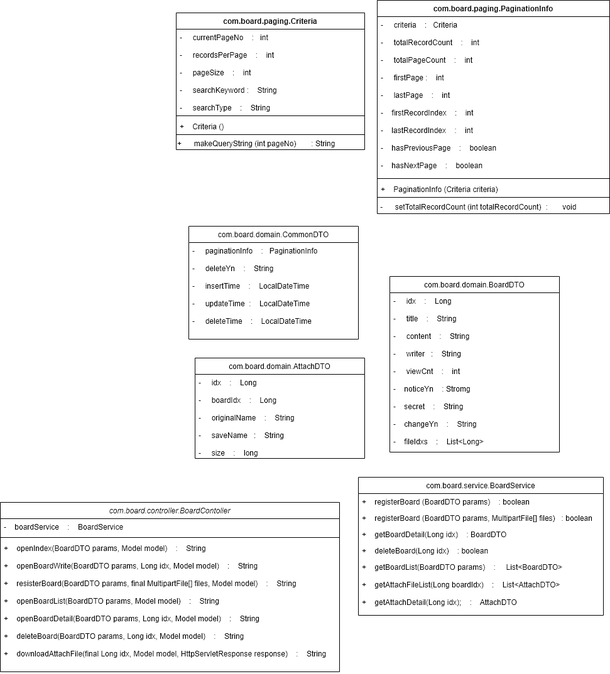
This is SBBT_Class_Diagram.png from SilicaDurumi/draw.io, a draw.io export, as it was before one commit. Source tidied: cells renumbered, new cells last; positions are measured from the earlier drawing's top-left corner, leaving out a move shared by most shapes.
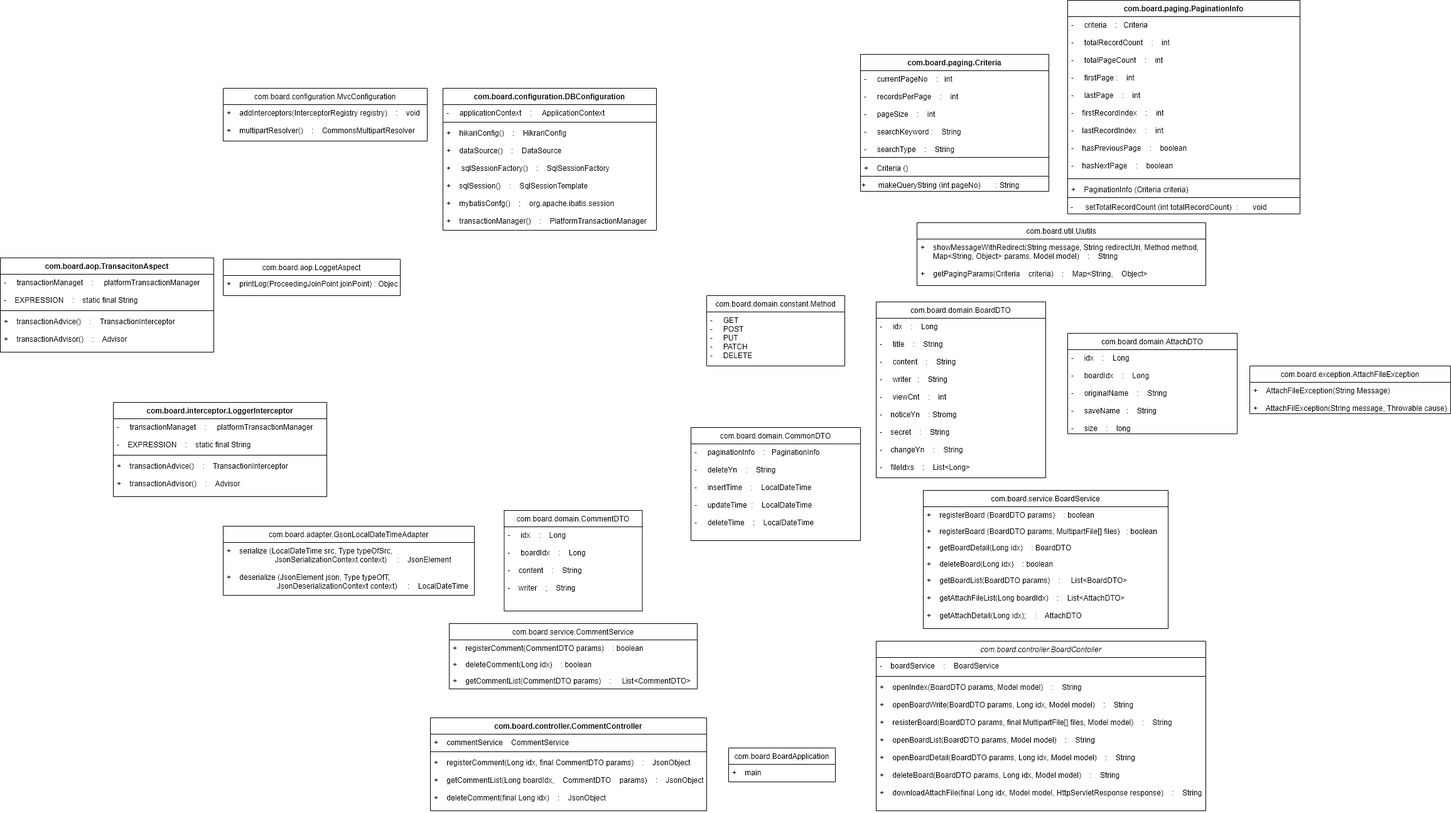
Above is the later version.

The edit, as a diff of the source:
```diff
@@ -3,25 +3,25 @@
     <mxCell id="0" />
     <mxCell id="1" parent="0" />
     <mxCell id="2" value="com.board.controller.BoardContoller" style="swimlane;fontStyle=2;align=center;verticalAlign=top;horizontal=1;startSize=26;rounded=0;shadow=0;strokeWidth=1;" parent="1" vertex="1">
-      <mxGeometry y="800" width="540" height="270" as="geometry" />
+      <mxGeometry x="325" y="990" width="525" height="270" as="geometry" />
     </mxCell>
     <mxCell id="3" value="-    boardService    :    BoardService" style="text;align=left;verticalAlign=top;spacingLeft=4;spacingRight=4;overflow=hidden;" parent="2" vertex="1">
-      <mxGeometry y="26" width="540" height="26" as="geometry" />
+      <mxGeometry y="26" width="525" height="26" as="geometry" />
     </mxCell>
     <mxCell id="4" style="line;html=1;strokeWidth=1;align=left;verticalAlign=middle;spacingTop=-1;spacingLeft=3;spacingRight=3;labelPosition=right;" parent="2" vertex="1">
-      <mxGeometry y="52" width="540" height="8" as="geometry" />
+      <mxGeometry y="52" width="525" height="8" as="geometry" />
     </mxCell>
     <mxCell id="5" value="+    openIndex(BoardDTO params, Model model)    :    String&#10;&#10;+    openBoardWrite(BoardDTO params, Long idx, Model model)    :    String&#10;&#10;+    resisterBoard(BoardDTO params, final MultipartFile[] files, Model model)    :    String&#10;&#10;+    openBoardList(BoardDTO params, Model model)    :    String&#10;&#10;+    openBoardDetail(BoardDTO params, Long idx, Model model)    :    String&#10;&#10;+    deleteBoard(BoardDTO params, Long idx, Model model)    :    String&#10;&#10;+    downloadAttachFile(final Long idx, Model model, HttpServletResponse response)    :    String" style="text;align=left;verticalAlign=top;spacingLeft=4;spacingRight=4;overflow=hidden;" parent="2" vertex="1">
-      <mxGeometry y="60" width="540" height="210" as="geometry" />
+      <mxGeometry y="60" width="525" height="210" as="geometry" />
     </mxCell>
     <mxCell id="6" value="com.board.domain.AttachDTO" style="swimlane;fontStyle=0;align=center;verticalAlign=top;horizontal=1;startSize=26;rounded=0;shadow=0;strokeWidth=1;" parent="1" vertex="1">
-      <mxGeometry x="310" y="570" width="270" height="160" as="geometry" />
+      <mxGeometry x="630" y="500" width="270" height="160" as="geometry" />
     </mxCell>
     <mxCell id="7" value="-     idx    :    Long&#10;&#10;-     boardIdx    :    Long&#10;&#10;-     originalName    :    String&#10;&#10;-     saveName   :    String&#10;&#10;-     size    :    long" style="text;align=left;verticalAlign=top;spacingLeft=4;spacingRight=4;overflow=hidden;" parent="6" vertex="1">
       <mxGeometry y="26" width="270" height="134" as="geometry" />
     </mxCell>
     <mxCell id="8" value="com.board.service.BoardService" style="swimlane;fontStyle=0;align=center;verticalAlign=top;horizontal=1;startSize=26;rounded=0;shadow=0;strokeWidth=1;" parent="1" vertex="1">
-      <mxGeometry x="570" y="760" width="390" height="220" as="geometry" />
+      <mxGeometry x="400" y="750" width="390" height="220" as="geometry" />
     </mxCell>
     <mxCell id="9" value="+    registerBoard (BoardDTO params)    : boolean" style="text;align=left;verticalAlign=top;spacingLeft=4;spacingRight=4;overflow=hidden;" parent="8" vertex="1">
       <mxGeometry y="26" width="390" height="26" as="geometry" />
@@ -39,13 +39,13 @@
       <mxGeometry y="130" width="390" height="90" as="geometry" />
     </mxCell>
     <mxCell id="14" value="com.board.domain.CommonDTO" style="swimlane;fontStyle=0;align=center;verticalAlign=top;horizontal=1;startSize=26;rounded=0;shadow=0;strokeWidth=1;" parent="1" vertex="1">
-      <mxGeometry x="300" y="360" width="270" height="180" as="geometry" />
+      <mxGeometry x="30" y="650" width="270" height="180" as="geometry" />
     </mxCell>
     <mxCell id="15" value="-     paginationInfo    :   PaginationInfo&#10;&#10;-     deleteYn    :    String&#10;&#10;-     insertTime    :    LocalDateTime&#10;&#10;-     updateTime  :    LocalDateTime&#10;&#10;-     deleteTime    :    LocalDateTime" style="text;align=left;verticalAlign=top;spacingLeft=4;spacingRight=4;overflow=hidden;" parent="14" vertex="1">
       <mxGeometry y="26" width="270" height="154" as="geometry" />
     </mxCell>
     <mxCell id="16" value="com.board.paging.Criteria" style="swimlane;fontStyle=1;align=center;verticalAlign=top;horizontal=1;startSize=26;" parent="1" vertex="1">
-      <mxGeometry x="280" y="20" width="300" height="218" as="geometry" />
+      <mxGeometry x="300" y="56" width="300" height="218" as="geometry" />
     </mxCell>
     <mxCell id="17" value="-     currentPageNo    :   int&#10;&#10;-     recordsPerPage    :    int&#10;&#10;-     pageSize    :    int&#10;&#10;-     searchKeyword :    String&#10;&#10;-     searchType    :    String" style="text;strokeColor=none;fillColor=none;align=left;verticalAlign=top;spacingLeft=4;spacingRight=4;overflow=hidden;" parent="16" vertex="1">
       <mxGeometry y="26" width="300" height="134" as="geometry" />
@@ -63,7 +63,7 @@
       <mxGeometry y="198" width="300" height="20" as="geometry" />
     </mxCell>
     <mxCell id="22" value="com.board.paging.PaginationInfo" style="swimlane;fontStyle=1;align=center;verticalAlign=top;horizontal=1;startSize=26;" parent="1" vertex="1">
-      <mxGeometry x="600" width="370" height="340" as="geometry" />
+      <mxGeometry x="630" y="-30" width="370" height="340" as="geometry" />
     </mxCell>
     <mxCell id="23" value="-     criteria    :   Criteria&#10;&#10;-     totalRecordCount    :    int&#10;&#10;-     totalPageCount    :    int&#10;&#10;-     firstPage :    int&#10;&#10;-     lastPage    :    int&#10;&#10;-    firstRecordIndex    :    int&#10;&#10;-    lastRecordIndex    :    int&#10;&#10;-    hasPreviousPage    :    boolean&#10;&#10;-    hasNextPage    :    boolean&#10;" style="text;strokeColor=none;fillColor=none;align=left;verticalAlign=top;spacingLeft=4;spacingRight=4;overflow=hidden;" parent="22" vertex="1">
       <mxGeometry y="26" width="370" height="254" as="geometry" />
@@ -81,10 +81,118 @@
       <mxGeometry y="318" width="370" height="22" as="geometry" />
     </mxCell>
     <mxCell id="28" value="com.board.domain.BoardDTO" style="swimlane;fontStyle=0;align=center;verticalAlign=top;horizontal=1;startSize=26;rounded=0;shadow=0;strokeWidth=1;" parent="1" vertex="1">
-      <mxGeometry x="620" y="440" width="270" height="280" as="geometry" />
+      <mxGeometry x="325" y="450" width="270" height="280" as="geometry" />
     </mxCell>
     <mxCell id="29" value="-     idx    :    Long&#10;&#10;-     title    :    String&#10;&#10;-     content    :    String&#10;&#10;-     writer   :    String&#10;&#10;-     viewCnt    :    int&#10;&#10;-    noticeYn    :  Stromg&#10;&#10;-    secret    :    String&#10;&#10;-    changeYn    :    String&#10;&#10;-    fileIdxs    :    List&lt;Long&gt;" style="text;align=left;verticalAlign=top;spacingLeft=4;spacingRight=4;overflow=hidden;" parent="28" vertex="1">
       <mxGeometry y="26" width="270" height="244" as="geometry" />
     </mxCell>
+    <mxCell id="30" value="com.board.util.Uiutils" style="swimlane;fontStyle=0;align=center;verticalAlign=top;horizontal=1;startSize=26;rounded=0;shadow=0;strokeWidth=1;" parent="1" vertex="1">
+      <mxGeometry x="390" y="324" width="460" height="100" as="geometry" />
+    </mxCell>
+    <mxCell id="31" value="+    showMessageWithRedirect(String message, String redirectUri, Method method,    &#10;      Map&lt;String, Object&gt; params, Model model)    :    String&#10;&#10;+    getPagingParams(Criteria    criteria)    :    Map&lt;String,    Object&gt;" style="text;align=left;verticalAlign=top;spacingLeft=4;spacingRight=4;overflow=hidden;" parent="30" vertex="1">
+      <mxGeometry y="26" width="460" height="74" as="geometry" />
+    </mxCell>
+    <mxCell id="32" value="com.board.domain.constant.Method" style="swimlane;fontStyle=0;align=center;verticalAlign=top;horizontal=1;startSize=26;rounded=0;shadow=0;strokeWidth=1;" parent="1" vertex="1">
+      <mxGeometry x="55" y="440" width="220" height="112" as="geometry" />
+    </mxCell>
+    <mxCell id="33" value="-     GET&#10;-     POST&#10;-     PUT&#10;-     PATCH&#10;-     DELETE" style="text;align=left;verticalAlign=top;spacingLeft=4;spacingRight=4;overflow=hidden;" parent="32" vertex="1">
+      <mxGeometry y="26" width="220" height="86" as="geometry" />
+    </mxCell>
+    <mxCell id="34" value="com.board.exception.AttachFileException" style="swimlane;fontStyle=0;align=center;verticalAlign=top;horizontal=1;startSize=26;rounded=0;shadow=0;strokeWidth=1;" parent="1" vertex="1">
+      <mxGeometry x="920" y="552" width="320" height="76" as="geometry" />
+    </mxCell>
+    <mxCell id="35" value="+    AttachFileException(String Message) &#10;&#10;+    AttachFilException(String message, Throwable cause)" style="text;align=left;verticalAlign=top;spacingLeft=4;spacingRight=4;overflow=hidden;" parent="34" vertex="1">
+      <mxGeometry y="26" width="320" height="50" as="geometry" />
+    </mxCell>
+    <mxCell id="36" value="com.board.adapter.GsonLocalDateTimeAdapter" style="swimlane;fontStyle=0;align=center;verticalAlign=top;horizontal=1;startSize=26;rounded=0;shadow=0;strokeWidth=1;" parent="1" vertex="1">
+      <mxGeometry x="-715" y="807" width="400" height="110" as="geometry" />
+    </mxCell>
+    <mxCell id="37" value="+    serialize (LocalDateTime src, Type typeOfSrc, &#10;                       JsonSerializationContext context)     :    JsonElement&#10;&#10;+    deserialize (JsonElement json, Type typeOfT, &#10;                        JsonDeserializationContext context)     :    LocalDateTime" style="text;align=left;verticalAlign=top;spacingLeft=4;spacingRight=4;overflow=hidden;" parent="36" vertex="1">
+      <mxGeometry y="26" width="400" height="82" as="geometry" />
+    </mxCell>
+    <mxCell id="38" value="com.board.aop.TransacitonAspect" style="swimlane;fontStyle=1;align=center;verticalAlign=top;horizontal=1;startSize=26;" parent="1" vertex="1">
+      <mxGeometry x="-1070" y="380" width="340" height="150" as="geometry" />
+    </mxCell>
+    <mxCell id="39" value="-     transactionManaget    :     platformTransactionManager&#10;&#10;-    EXPRESSION    :    static final String" style="text;strokeColor=none;fillColor=none;align=left;verticalAlign=top;spacingLeft=4;spacingRight=4;overflow=hidden;" parent="38" vertex="1">
+      <mxGeometry y="26" width="340" height="54" as="geometry" />
+    </mxCell>
+    <mxCell id="40" style="line;strokeWidth=1;fillColor=none;align=left;verticalAlign=middle;spacingTop=-1;spacingLeft=3;spacingRight=3;labelPosition=right;" parent="38" vertex="1">
+      <mxGeometry y="80" width="340" height="8" as="geometry" />
+    </mxCell>
+    <mxCell id="41" value="+    transactionAdvice()    :    TransactionInterceptor&#10;&#10;+    transactionAdvisor()    :    Advisor" style="text;strokeColor=none;fillColor=none;align=left;verticalAlign=top;spacingLeft=4;spacingRight=4;overflow=hidden;" parent="38" vertex="1">
+      <mxGeometry y="88" width="340" height="62" as="geometry" />
+    </mxCell>
+    <mxCell id="42" value="com.board.configuration.DBConfiguration" style="swimlane;fontStyle=1;align=center;verticalAlign=top;horizontal=1;startSize=26;" parent="1" vertex="1">
+      <mxGeometry x="-365" y="110" width="340" height="226" as="geometry" />
+    </mxCell>
+    <mxCell id="43" value="-     applicationContext    :     ApplicationContext&#10;" style="text;strokeColor=none;fillColor=none;align=left;verticalAlign=top;spacingLeft=4;spacingRight=4;overflow=hidden;" parent="42" vertex="1">
+      <mxGeometry y="26" width="340" height="24" as="geometry" />
+    </mxCell>
+    <mxCell id="44" style="line;strokeWidth=1;fillColor=none;align=left;verticalAlign=middle;spacingTop=-1;spacingLeft=3;spacingRight=3;labelPosition=right;" parent="42" vertex="1">
+      <mxGeometry y="50" width="340" height="8" as="geometry" />
+    </mxCell>
+    <mxCell id="45" value="+    hikariConfig()    :    HikrariConfig&#10;&#10;+    dataSource()    :    DataSource&#10;&#10;+     sqlSessionFactory()    :    SqlSessionFactory&#10;&#10;+    sqlSession()    :    SqlSessionTemplate&#10;&#10;+    mybatisConfg()    :    org.apache.ibatis.session&#10;&#10;+    transactionManager()    :    PlatformTransactionManager&#10;&#10;" style="text;strokeColor=none;fillColor=none;align=left;verticalAlign=top;spacingLeft=4;spacingRight=4;overflow=hidden;" parent="42" vertex="1">
+      <mxGeometry y="58" width="340" height="168" as="geometry" />
+    </mxCell>
+    <mxCell id="46" value="com.board.configuration.MvcConfiguration" style="swimlane;fontStyle=0;align=center;verticalAlign=top;horizontal=1;startSize=26;rounded=0;shadow=0;strokeWidth=1;" parent="1" vertex="1">
+      <mxGeometry x="-715" y="110" width="325" height="84" as="geometry" />
+    </mxCell>
+    <mxCell id="47" value="+    addInterceptors(InterceptorRegistry registry)    :    void&#10;&#10;+    multipartResolver()    :    CommonsMultipartResolver&#10;&#10;" style="text;align=left;verticalAlign=top;spacingLeft=4;spacingRight=4;overflow=hidden;" parent="46" vertex="1">
+      <mxGeometry y="26" width="325" height="56" as="geometry" />
+    </mxCell>
+    <mxCell id="48" value="com.board.controller.CommentController" style="swimlane;fontStyle=1;align=center;verticalAlign=top;horizontal=1;startSize=26;" parent="1" vertex="1">
+      <mxGeometry x="-385" y="1112" width="440" height="148" as="geometry" />
+    </mxCell>
+    <mxCell id="49" value="+    commentService    CommentService" style="text;strokeColor=none;fillColor=none;align=left;verticalAlign=top;spacingLeft=4;spacingRight=4;overflow=hidden;" parent="48" vertex="1">
+      <mxGeometry y="26" width="440" height="24" as="geometry" />
+    </mxCell>
+    <mxCell id="50" style="line;strokeWidth=1;fillColor=none;align=left;verticalAlign=middle;spacingTop=-1;spacingLeft=3;spacingRight=3;labelPosition=right;" parent="48" vertex="1">
+      <mxGeometry y="50" width="440" height="8" as="geometry" />
+    </mxCell>
+    <mxCell id="51" value="+    registerComment(Long idx, final CommentDTO params)    :    JsonObject&#10;&#10;+    getCommentList(Long boardIdx,    CommentDTO    params)    :    JsonObject&#10;&#10;+    deleteComment(final Long idx)    :    JsonObject" style="text;strokeColor=none;fillColor=none;align=left;verticalAlign=top;spacingLeft=4;spacingRight=4;overflow=hidden;" parent="48" vertex="1">
+      <mxGeometry y="58" width="440" height="90" as="geometry" />
+    </mxCell>
+    <mxCell id="52" value="com.board.service.CommentService" style="swimlane;fontStyle=0;align=center;verticalAlign=top;horizontal=1;startSize=26;rounded=0;shadow=0;strokeWidth=1;" parent="1" vertex="1">
+      <mxGeometry x="-355" y="962" width="395" height="104" as="geometry" />
+    </mxCell>
+    <mxCell id="53" value="+    registerComment(CommentDTO params)    : boolean" style="text;align=left;verticalAlign=top;spacingLeft=4;spacingRight=4;overflow=hidden;" parent="52" vertex="1">
+      <mxGeometry y="26" width="395" height="26" as="geometry" />
+    </mxCell>
+    <mxCell id="54" value="+    deleteComment(Long idx)    : boolean" style="text;align=left;verticalAlign=top;spacingLeft=4;spacingRight=4;overflow=hidden;rounded=0;shadow=0;html=0;" parent="52" vertex="1">
+      <mxGeometry y="52" width="395" height="26" as="geometry" />
+    </mxCell>
+    <mxCell id="55" value="+    getCommentList(CommentDTO params)    :     List&lt;CommentDTO&gt;&#10;&#10;" style="text;align=left;verticalAlign=top;spacingLeft=4;spacingRight=4;overflow=hidden;rounded=0;shadow=0;html=0;" parent="52" vertex="1">
+      <mxGeometry y="78" width="395" height="26" as="geometry" />
+    </mxCell>
+    <mxCell id="56" value="com.board.domain.CommentDTO" style="swimlane;fontStyle=0;align=center;verticalAlign=top;horizontal=1;startSize=26;rounded=0;shadow=0;strokeWidth=1;" parent="1" vertex="1">
+      <mxGeometry x="-267.5" y="782" width="220" height="160" as="geometry" />
+    </mxCell>
+    <mxCell id="57" value="-     idx    :    Long&#10;&#10;-     boardIdx    :    Long&#10;&#10;-    content    :    String&#10;&#10;-    writer    ;    String" style="text;align=left;verticalAlign=top;spacingLeft=4;spacingRight=4;overflow=hidden;" parent="56" vertex="1">
+      <mxGeometry y="26" width="220" height="134" as="geometry" />
+    </mxCell>
+    <mxCell id="58" value="com.board.BoardApplication" style="swimlane;fontStyle=0;align=center;verticalAlign=top;horizontal=1;startSize=26;rounded=0;shadow=0;strokeWidth=1;" parent="1" vertex="1">
+      <mxGeometry x="90" y="1160" width="170" height="54" as="geometry" />
+    </mxCell>
+    <mxCell id="59" value="+    main &#10;" style="text;align=left;verticalAlign=top;spacingLeft=4;spacingRight=4;overflow=hidden;" parent="58" vertex="1">
+      <mxGeometry y="26" width="170" height="24" as="geometry" />
+    </mxCell>
+    <mxCell id="60" value="com.board.aop.LoggetAspect" style="swimlane;fontStyle=0;align=center;verticalAlign=top;horizontal=1;startSize=26;rounded=0;shadow=0;strokeWidth=1;" parent="1" vertex="1">
+      <mxGeometry x="-715" y="382" width="282" height="58" as="geometry" />
+    </mxCell>
+    <mxCell id="61" value="+    printLog(ProceedingJoinPoint joinPoint) : Object " style="text;align=left;verticalAlign=top;spacingLeft=4;spacingRight=4;overflow=hidden;" parent="60" vertex="1">
+      <mxGeometry y="26" width="282" height="32" as="geometry" />
+    </mxCell>
+    <mxCell id="62" value="com.board.interceptor.LoggerInterceptor" style="swimlane;fontStyle=1;align=center;verticalAlign=top;horizontal=1;startSize=26;" parent="1" vertex="1">
+      <mxGeometry x="-890" y="610" width="340" height="150" as="geometry" />
+    </mxCell>
+    <mxCell id="63" value="-     transactionManaget    :     platformTransactionManager&#10;&#10;-    EXPRESSION    :    static final String" style="text;strokeColor=none;fillColor=none;align=left;verticalAlign=top;spacingLeft=4;spacingRight=4;overflow=hidden;" parent="62" vertex="1">
+      <mxGeometry y="26" width="340" height="54" as="geometry" />
+    </mxCell>
+    <mxCell id="64" style="line;strokeWidth=1;fillColor=none;align=left;verticalAlign=middle;spacingTop=-1;spacingLeft=3;spacingRight=3;labelPosition=right;" parent="62" vertex="1">
+      <mxGeometry y="80" width="340" height="8" as="geometry" />
+    </mxCell>
+    <mxCell id="65" value="+    transactionAdvice()    :    TransactionInterceptor&#10;&#10;+    transactionAdvisor()    :    Advisor" style="text;strokeColor=none;fillColor=none;align=left;verticalAlign=top;spacingLeft=4;spacingRight=4;overflow=hidden;" parent="62" vertex="1">
+      <mxGeometry y="88" width="340" height="62" as="geometry" />
+    </mxCell>
   </root>
 </mxGraphModel>
```
